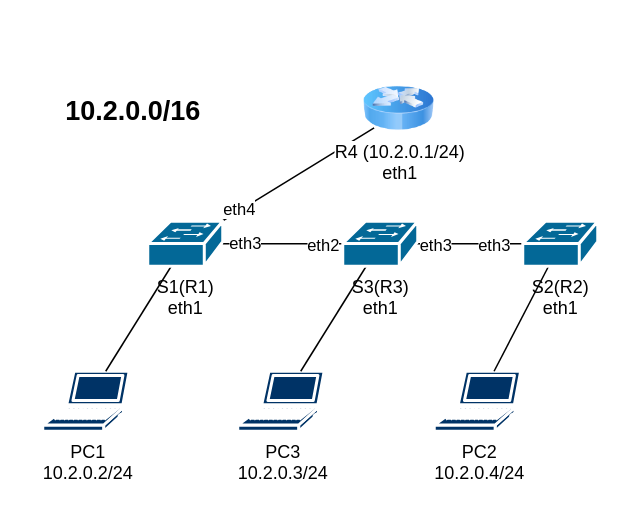
This is VLAN.drawio from LeePre/test, a draw.io file, before an edit. Source tidied: cells renumbered, new cells numbered last; positions are measured from the earlier drawing's top-left corner, leaving out a move shared by most shapes. Both pictures are drawn from the tidied source at 150%, with x=0, y=0 at pixel (42, 78).
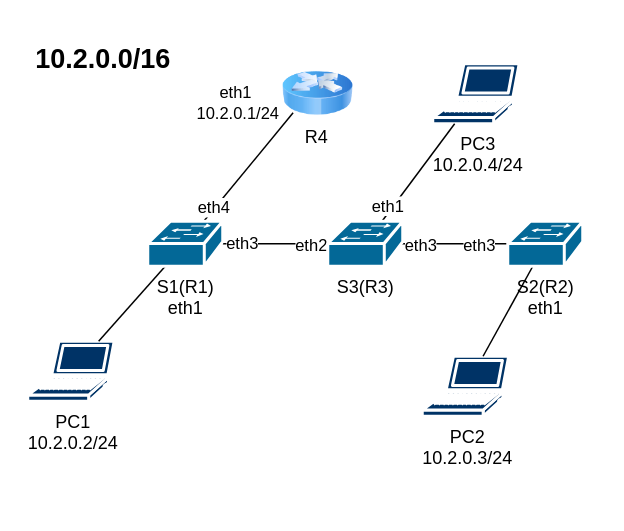
The same diagram, later.

Unchanged cells that the change refers to:
```xml
<mxCell id="6" style="endArrow=none;html=1;rounded=0;" parent="1" edge="1" source="19" target="4">
  <mxGeometry relative="1" as="geometry" />
</mxCell>
<mxCell id="8" style="endArrow=none;html=1;rounded=0;entryX=0.147;entryY=0.924;entryDx=0;entryDy=0;entryPerimeter=0;" parent="1" edge="1" source="17" target="18">
  <mxGeometry relative="1" as="geometry" />
</mxCell>
```

Change to the diagram source:
```diff
@@
     <mxCell id="2" value="PC1&lt;div&gt;10.2.0.2/24&lt;/div&gt;" style="shape=mxgraph.cisco.computers_and_peripherals.laptop;html=1;dashed=0;fillColor=#003366;strokeColor=#ffffff;strokeWidth=2;verticalLabelPosition=bottom;verticalAlign=top;align=center;outlineConnect=0;" parent="1" vertex="1">
-      <mxGeometry y="195" width="59" height="40" as="geometry" />
+      <mxGeometry x="-10" y="175" width="59" height="40" as="geometry" />
     </mxCell>
-    <mxCell id="3" value="PC2&lt;div&gt;10.2.0.4/24&lt;/div&gt;&lt;div&gt;&lt;br&gt;&lt;/div&gt;" style="shape=mxgraph.cisco.computers_and_peripherals.laptop;html=1;dashed=0;fillColor=#003366;strokeColor=#ffffff;strokeWidth=2;verticalLabelPosition=bottom;verticalAlign=top;align=center;outlineConnect=0;" parent="1" vertex="1">
-      <mxGeometry x="261" y="195" width="59" height="40" as="geometry" />
+    <mxCell id="3" value="PC2&lt;div&gt;10.2.0.3&lt;span style=&quot;background-color: transparent; color: light-dark(rgb(0, 0, 0), rgb(255, 255, 255));&quot;&gt;/24&lt;/span&gt;&lt;/div&gt;&lt;div&gt;&lt;br&gt;&lt;/div&gt;" style="shape=mxgraph.cisco.computers_and_peripherals.laptop;html=1;dashed=0;fillColor=#003366;strokeColor=#ffffff;strokeWidth=2;verticalLabelPosition=bottom;verticalAlign=top;align=center;outlineConnect=0;" parent="1" vertex="1">
+      <mxGeometry x="253" y="185" width="59" height="40" as="geometry" />
     </mxCell>
-    <mxCell id="4" value="PC3&lt;div&gt;10.2.0.3/24&lt;/div&gt;" style="shape=mxgraph.cisco.computers_and_peripherals.laptop;html=1;dashed=0;fillColor=#003366;strokeColor=#ffffff;strokeWidth=2;verticalLabelPosition=bottom;verticalAlign=top;align=center;outlineConnect=0;" parent="1" vertex="1">
-      <mxGeometry x="130" y="195" width="59" height="40" as="geometry" />
+    <mxCell id="4" value="PC3&lt;div&gt;10.2.0.4/24&lt;/div&gt;" style="shape=mxgraph.cisco.computers_and_peripherals.laptop;html=1;dashed=0;fillColor=#003366;strokeColor=#ffffff;strokeWidth=2;verticalLabelPosition=bottom;verticalAlign=top;align=center;outlineConnect=0;" parent="1" vertex="1">
+      <mxGeometry x="260" y="-10" width="59" height="40" as="geometry" />
     </mxCell>
@@
+    <mxCell id="21" value="eth1" style="edgeLabel;html=1;align=center;verticalAlign=middle;" parent="6" vertex="1">
+      <mxGeometry x="-0.78" y="2" relative="1" as="geometry">
+        <mxPoint y="-2" as="offset" />
+      </mxGeometry>
+    </mxCell>
@@
+    <mxCell id="22" value="eth1&amp;nbsp;&lt;div&gt;&lt;span style=&quot;background-color: light-dark(#ffffff, var(--ge-dark-color, #121212)); color: light-dark(rgb(0, 0, 0), rgb(255, 255, 255));&quot;&gt;10.2.0.1/24&lt;/span&gt;&lt;/div&gt;" style="edgeLabel;html=1;align=center;verticalAlign=middle;" parent="8" vertex="1">
+      <mxGeometry x="0.84" y="3" relative="1" as="geometry">
+        <mxPoint x="-30" y="-11" as="offset" />
+      </mxGeometry>
+    </mxCell>
     <mxCell id="10" value="&lt;font style=&quot;font-size: 18px;&quot;&gt;10.2.0.0/16&lt;/font&gt;" style="text;strokeColor=none;fillColor=none;html=1;fontSize=24;fontStyle=1;verticalAlign=middle;align=center;" parent="1" vertex="1">
-      <mxGeometry x="10" width="100" height="40" as="geometry" />
+      <mxGeometry x="-10" y="-35" width="100" height="40" as="geometry" />
     </mxCell>
@@
-    <mxCell id="18" value="R4 (10.2.0.1/24)&lt;div&gt;eth1&lt;/div&gt;" style="image;html=1;image=img/lib/clip_art/networking/Router_Icon_128x128.png;" parent="1" vertex="1">
-      <mxGeometry x="214" y="5" width="47" height="30" as="geometry" />
+    <mxCell id="18" value="R4&amp;nbsp;" style="image;html=1;image=img/lib/clip_art/networking/Router_Icon_128x128.png;" parent="1" vertex="1">
+      <mxGeometry x="160" y="-5" width="47" height="30" as="geometry" />
     </mxCell>
-    <mxCell id="19" value="S3(R3)&lt;div&gt;eth1&lt;/div&gt;" style="shape=mxgraph.cisco.switches.workgroup_switch;html=1;dashed=0;fillColor=#036897;strokeColor=#ffffff;strokeWidth=2;verticalLabelPosition=bottom;verticalAlign=top;align=center;outlineConnect=0;" parent="1" vertex="1">
-      <mxGeometry x="200" y="95" width="50" height="30" as="geometry" />
+    <mxCell id="19" value="S3(R3)" style="shape=mxgraph.cisco.switches.workgroup_switch;html=1;dashed=0;fillColor=#036897;strokeColor=#ffffff;strokeWidth=2;verticalLabelPosition=bottom;verticalAlign=top;align=center;outlineConnect=0;" parent="1" vertex="1">
+      <mxGeometry x="190" y="95" width="50" height="30" as="geometry" />
     </mxCell>
     <mxCell id="20" value="S2(R2)&lt;div&gt;eth1&lt;/div&gt;" style="shape=mxgraph.cisco.switches.workgroup_switch;html=1;dashed=0;fillColor=#036897;strokeColor=#ffffff;strokeWidth=2;verticalLabelPosition=bottom;verticalAlign=top;align=center;outlineConnect=0;" parent="1" vertex="1">
-      <mxGeometry x="320" y="95" width="50" height="30" as="geometry" />
+      <mxGeometry x="310" y="95" width="50" height="30" as="geometry" />
     </mxCell>
```
